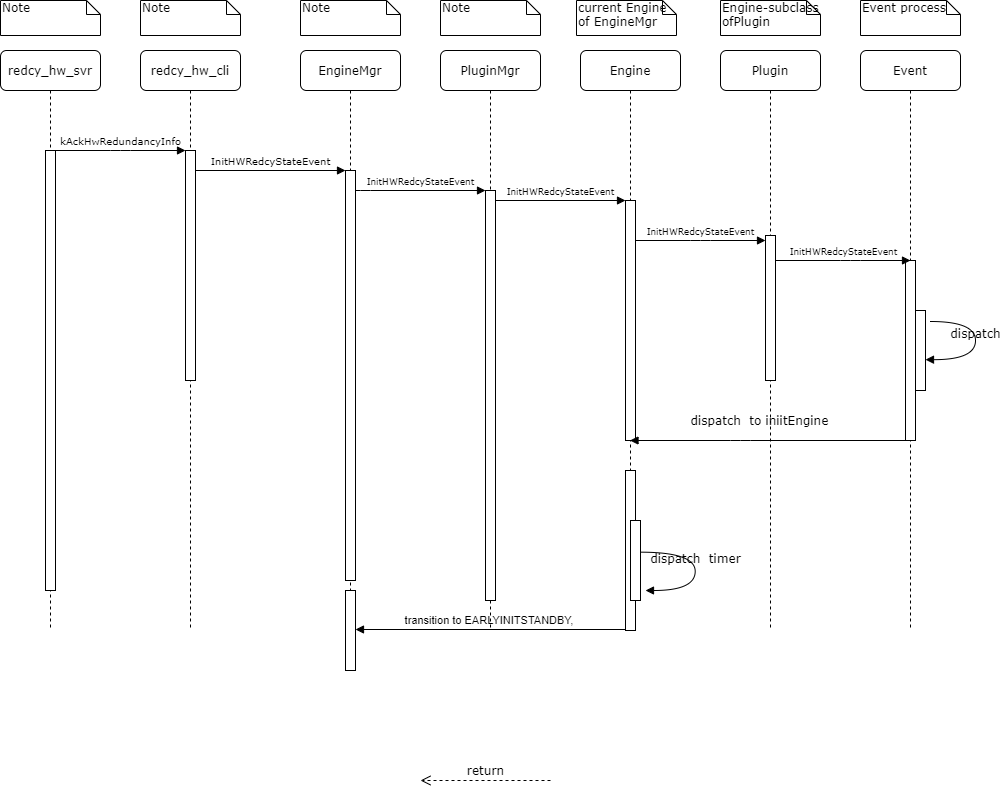
Steve888888/FN-Redundancy keeps this draw.io diagram as UML/StartRedundancy.png. Above is the earlier version. Source tidied: cells renumbered, new cells last; positions are measured from the earlier drawing's top-left corner, leaving out a move shared by most shapes.
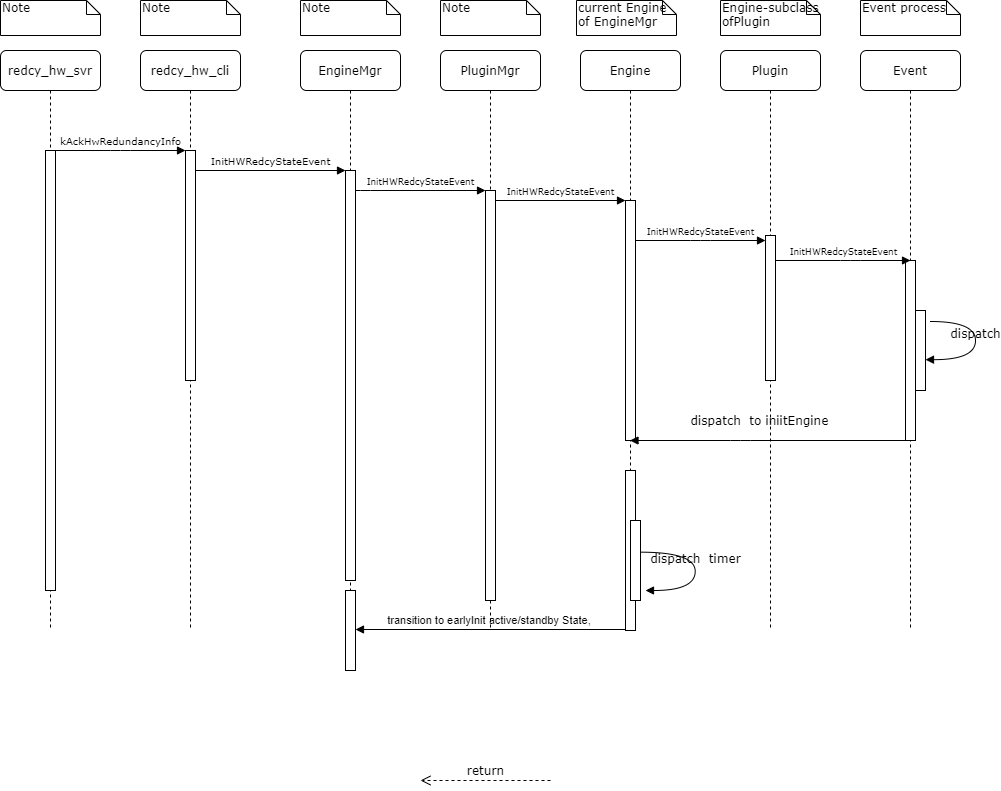
Above is the later version.

Change to the diagram source:
```diff
@@ -2,7 +2,7 @@
   <root>
     <mxCell id="0" />
     <mxCell id="1" parent="0" />
-    <mxCell id="2" value="transition to&amp;nbsp;EARLYINITSTANDBY,&amp;nbsp;" style="html=1;verticalAlign=bottom;endArrow=block;" parent="1" edge="1">
+    <mxCell id="2" value="transition to earlyInit active/standby State,&amp;nbsp;" style="html=1;verticalAlign=bottom;endArrow=block;" parent="1" edge="1">
       <mxGeometry relative="1" as="geometry">
         <mxPoint x="625" y="629" as="sourcePoint" />
         <mxPoint x="355" y="629" as="targetPoint" />
```
